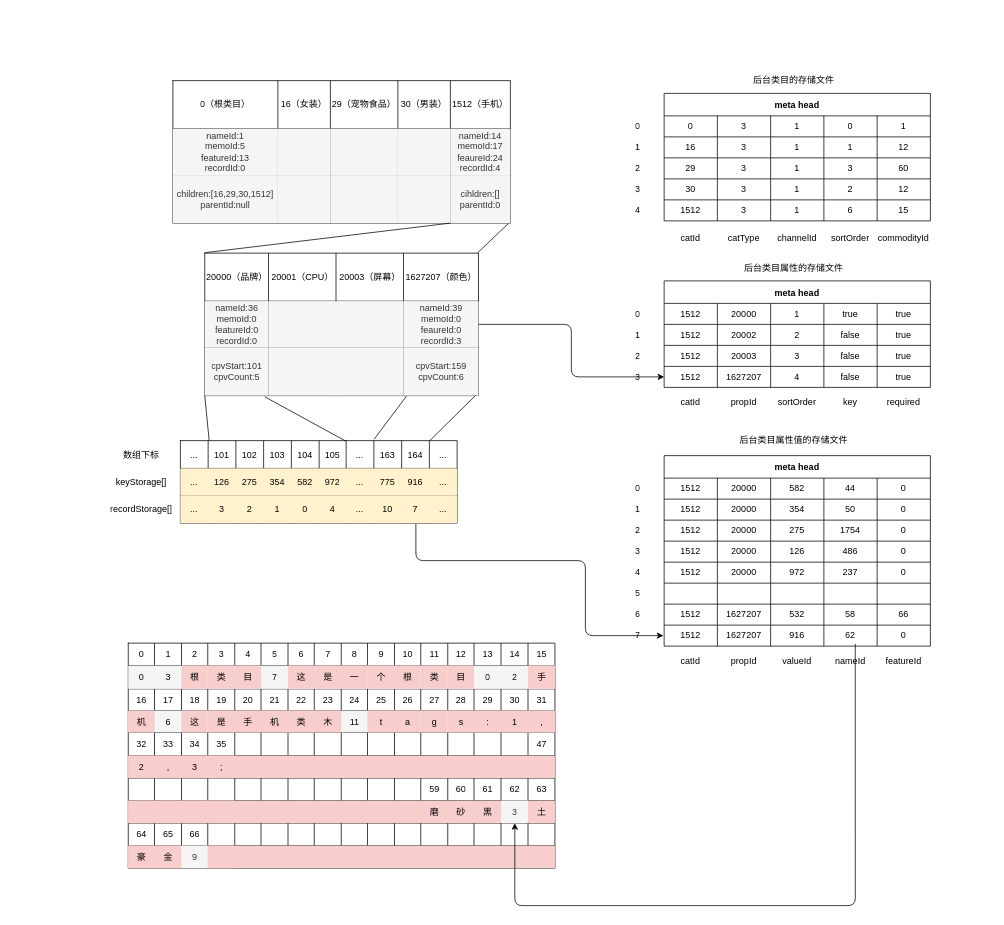
zero9230/sanguozhi11 keeps this draw.io diagram as PersonalDoc/学习整理/电商知识整理/forest绘图/forest-6.drawio. Above is the earlier version. Source tidied: cells renumbered, new cells numbered last; positions are measured from the earlier drawing's top-left corner, leaving out a move shared by most shapes. Both pictures are drawn from the tidied source at 75%, with x=0, y=0 at pixel (107, 73).
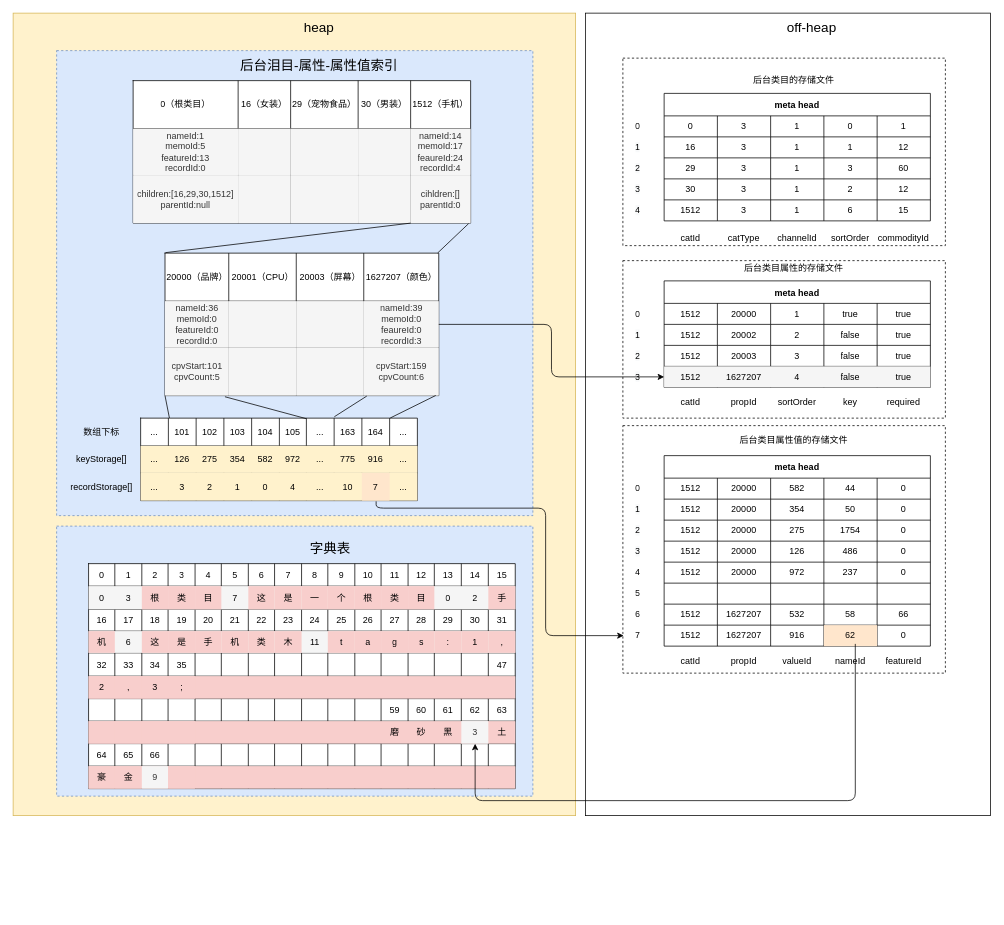
Above is the later version.

The change refers to these unchanged cells:
```xml
<mxCell id="176" style="shape=partialRectangle;html=1;whiteSpace=wrap;top=0;left=0;bottom=0;right=0;points=[[0,0.5],[1,0.5]];portConstraint=eastwest;fillColor=none;" parent="39" vertex="1">
  <mxGeometry y="240" width="568.9" height="30" as="geometry" />
</mxCell>
<mxCell id="233" style="shape=partialRectangle;html=1;whiteSpace=wrap;fillColor=#fff2cc;top=0;left=0;bottom=0;right=0;points=[[0,0.5],[1,0.5]];portConstraint=eastwest;strokeColor=#d6b656;" parent="210" vertex="1">
  <mxGeometry y="73" width="369" height="37" as="geometry" />
</mxCell>
<mxCell id="256" value="meta head" style="shape=table;startSize=30;childLayout=tableLayout;fontStyle=1;align=center;" parent="255" vertex="1">
  <mxGeometry x="65" width="355" height="142" as="geometry" />
</mxCell>
<mxCell id="390" style="shape=partialRectangle;html=1;whiteSpace=wrap;fillColor=none;top=0;left=0;bottom=0;right=0;" parent="347" vertex="1">
  <mxGeometry y="226" width="355" height="28" as="geometry" />
</mxCell>
<mxCell id="414" style="shape=partialRectangle;html=1;whiteSpace=wrap;fillColor=none;top=0;left=0;bottom=0;right=0;points=[[0,0.5],[1,0.5]];portConstraint=eastwest;" parent="413" vertex="1">
  <mxGeometry width="355" height="40" as="geometry" />
</mxCell>
```

The edit, as a diff of the source:
```diff
@@
+    <mxCell id="426" style="rounded=0;whiteSpace=wrap;html=1;" parent="1" vertex="1">
+      <mxGeometry x="637" y="-80" width="540" height="1070" as="geometry" />
+    </mxCell>
+    <mxCell id="427" style="rounded=0;whiteSpace=wrap;html=1;dashed=1;fontSize=18;fillColor=#ffffff;" parent="1" vertex="1">
+      <mxGeometry x="687" y="470" width="430" height="330" as="geometry" />
+    </mxCell>
+    <mxCell id="428" style="rounded=0;whiteSpace=wrap;html=1;dashed=1;fontSize=18;fillColor=#ffffff;" parent="1" vertex="1">
+      <mxGeometry x="687" y="250" width="430" height="210" as="geometry" />
+    </mxCell>
+    <mxCell id="429" style="rounded=0;whiteSpace=wrap;html=1;dashed=1;fontSize=18;fillColor=#ffffff;" parent="1" vertex="1">
+      <mxGeometry x="687" y="-20" width="430" height="250" as="geometry" />
+    </mxCell>
+    <mxCell id="430" style="rounded=0;whiteSpace=wrap;html=1;fillColor=#fff2cc;strokeColor=#d6b656;" parent="1" vertex="1">
+      <mxGeometry x="-126" y="-80" width="750" height="1070" as="geometry" />
+    </mxCell>
+    <mxCell id="431" style="rounded=0;whiteSpace=wrap;html=1;fillColor=#dae8fc;strokeColor=#6c8ebf;dashed=1;" parent="1" vertex="1">
+      <mxGeometry x="-68" y="-30" width="635" height="620" as="geometry" />
+    </mxCell>
+    <mxCell id="432" style="rounded=0;whiteSpace=wrap;html=1;fontSize=18;fillColor=#dae8fc;strokeColor=#6c8ebf;dashed=1;" parent="1" vertex="1">
+      <mxGeometry x="-68" y="604" width="635" height="360" as="geometry" />
+    </mxCell>
     <mxCell id="2" style="shape=table;html=1;whiteSpace=wrap;startSize=0;childLayout=tableLayout;sketch=0;shadow=0;rounded=0;" parent="1" vertex="1">
-      <mxGeometry x="87" y="10" width="450" height="190" as="geometry" />
+      <mxGeometry x="34" y="10" width="450" height="190" as="geometry" />
     </mxCell>
@@
     <mxCell id="21" style="shape=table;html=1;whiteSpace=wrap;startSize=0;childLayout=tableLayout;sketch=0;shadow=0;rounded=0;" parent="1" vertex="1">
-      <mxGeometry x="129.5" y="240" width="365" height="190" as="geometry" />
+      <mxGeometry x="76.5" y="240" width="365" height="190" as="geometry" />
     </mxCell>
@@
     <mxCell id="39" style="shape=table;html=1;whiteSpace=wrap;startSize=0;childLayout=tableLayout;" parent="1" vertex="1">
-      <mxGeometry x="27.5" y="760" width="568.9" height="300" as="geometry" />
+      <mxGeometry x="-25.4" y="654" width="568.9" height="300" as="geometry" />
     </mxCell>
@@
     <mxCell id="210" style="shape=table;html=1;whiteSpace=wrap;startSize=0;childLayout=tableLayout;" parent="1" vertex="1">
-      <mxGeometry x="97" y="490" width="369" height="110" as="geometry" />
+      <mxGeometry x="44" y="460" width="369" height="110" as="geometry" />
     </mxCell>
@@
-    <mxCell id="242" value="7" style="shape=partialRectangle;html=1;whiteSpace=wrap;fillColor=none;top=0;left=0;bottom=0;right=0;overflow=hidden;" parent="233" vertex="1">
+    <mxCell id="242" value="7" style="shape=partialRectangle;html=1;whiteSpace=wrap;fillColor=#ffe6cc;top=0;left=0;bottom=0;right=0;overflow=hidden;strokeColor=#d79b00;" parent="233" vertex="1">
       <mxGeometry x="295" width="37" height="37" as="geometry" />
     </mxCell>
@@
-    <mxCell id="248" style="shape=table;html=1;whiteSpace=wrap;startSize=0;childLayout=tableLayout;strokeColor=none;" parent="1" vertex="1">
-      <mxGeometry y="490" width="90" height="110" as="geometry" />
+    <mxCell id="248" style="shape=table;html=1;whiteSpace=wrap;startSize=0;childLayout=tableLayout;strokeColor=none;fillColor=none;" parent="1" vertex="1">
+      <mxGeometry x="-53" y="460" width="90" height="110" as="geometry" />
     </mxCell>
@@
-    <mxCell id="275" style="shape=partialRectangle;html=1;whiteSpace=wrap;fillColor=none;top=0;left=0;bottom=0;right=0;points=[[0,0.5],[1,0.5]];portConstraint=eastwest;" parent="256" vertex="1">
+    <mxCell id="275" style="shape=partialRectangle;html=1;whiteSpace=wrap;fillColor=#f5f5f5;top=0;left=0;bottom=0;right=0;points=[[0,0.5],[1,0.5]];portConstraint=eastwest;strokeColor=#666666;fontColor=#333333;" parent="256" vertex="1">
       <mxGeometry y="114" width="355" height="28" as="geometry" />
     </mxCell>
@@
-    <mxCell id="394" value="62" style="shape=partialRectangle;html=1;whiteSpace=wrap;fillColor=none;top=0;left=0;bottom=0;right=0;overflow=hidden;" parent="390" vertex="1">
+    <mxCell id="394" value="62" style="shape=partialRectangle;html=1;whiteSpace=wrap;fillColor=#ffe6cc;top=0;left=0;bottom=0;right=0;overflow=hidden;strokeColor=#d79b00;" parent="390" vertex="1">
       <mxGeometry x="213" width="71" height="28" as="geometry" />
     </mxCell>
@@
     <mxCell id="423" style="endArrow=classic;html=1;exitX=0.851;exitY=1.027;exitDx=0;exitDy=0;exitPerimeter=0;edgeStyle=orthogonalEdgeStyle;" parent="1" edge="1" source="233">
       <mxGeometry relative="1" as="geometry">
-        <mxPoint x="741" y="750" as="targetPoint" />
+        <mxPoint x="688" y="750" as="targetPoint" />
         <Array as="points">
-          <mxPoint x="411" y="650" />
-          <mxPoint x="637" y="650" />
-          <mxPoint x="637" y="750" />
+          <mxPoint x="358" y="580" />
+          <mxPoint x="584" y="580" />
+          <mxPoint x="584" y="750" />
         </Array>
       </mxGeometry>
     </mxCell>
@@
     <mxCell id="425" style="endArrow=classic;html=1;entryX=0.906;entryY=0.007;entryDx=0;entryDy=0;entryPerimeter=0;exitX=0.718;exitY=-0.075;exitDx=0;exitDy=0;exitPerimeter=0;edgeStyle=orthogonalEdgeStyle;" parent="1" edge="1" source="414" target="176">
       <mxGeometry relative="1" as="geometry">
         <Array as="points">
-          <mxPoint x="997" y="1110" />
-          <mxPoint x="543" y="1110" />
+          <mxPoint x="997" y="970" />
+          <mxPoint x="490" y="970" />
         </Array>
       </mxGeometry>
     </mxCell>
+    <mxCell id="433" value="后台泪目-属性-属性值索引" style="text;html=1;strokeColor=none;fillColor=none;align=center;verticalAlign=middle;whiteSpace=wrap;rounded=0;fontSize=18;" parent="1" vertex="1">
+      <mxGeometry x="166" y="-20" width="232" height="20" as="geometry" />
+    </mxCell>
+    <mxCell id="434" value="heap" style="text;html=1;strokeColor=none;fillColor=none;align=center;verticalAlign=middle;whiteSpace=wrap;rounded=0;fontSize=18;" parent="1" vertex="1">
+      <mxGeometry x="262" y="-70" width="40" height="20" as="geometry" />
+    </mxCell>
+    <mxCell id="435" value="字典表" style="text;html=1;strokeColor=none;fillColor=none;align=center;verticalAlign=middle;whiteSpace=wrap;rounded=0;fontSize=18;" parent="1" vertex="1">
+      <mxGeometry x="181" y="624" width="232" height="20" as="geometry" />
+    </mxCell>
+    <mxCell id="436" value="off-heap" style="text;html=1;strokeColor=none;fillColor=none;align=center;verticalAlign=middle;whiteSpace=wrap;rounded=0;fontSize=18;" parent="1" vertex="1">
+      <mxGeometry x="899.5" y="-70" width="77.5" height="20" as="geometry" />
+    </mxCell>
```
